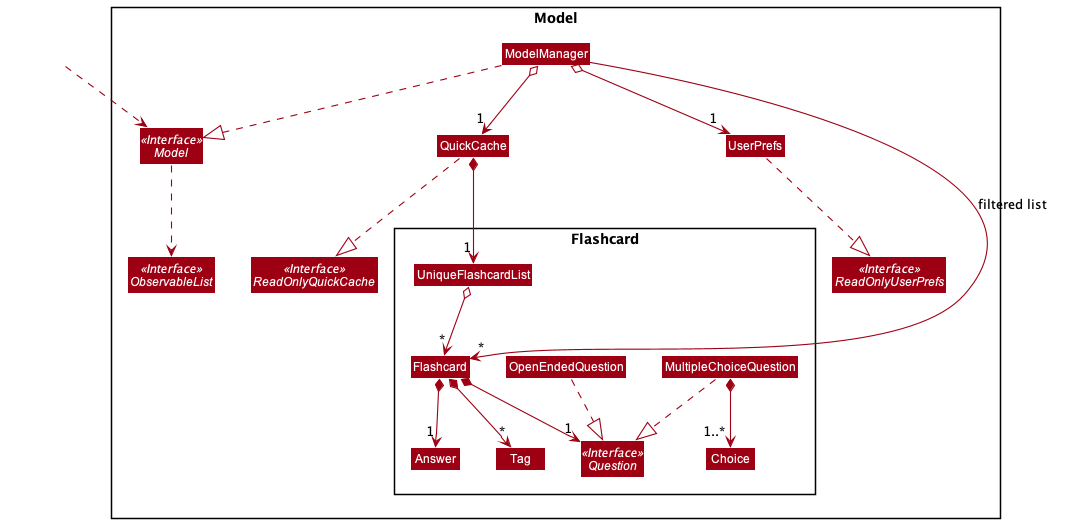
Earlier version of the PlantUML export docs/images/ModelClassDiagram.png (nus-cs2103-AY2021S1/tp).
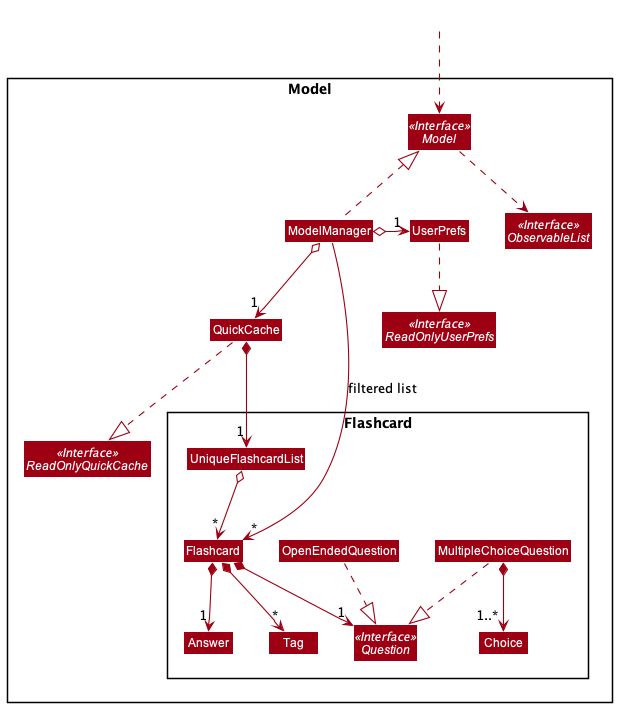
Later version of the same file.

Commit message:
Update ModelClassDiagram Fix the positioning of the classes to make it look more organised.

What changed in the source:
```diff
@@ -41,8 +41,8 @@
 
 
 ModelManager o--> "1" QuickCache
-ModelManager -[dashed]-|> Model
-ModelManager o--> "1" UserPrefs
+ModelManager -[dashed]up-|> Model
+ModelManager o-right-> "1" UserPrefs
 ModelManager --> "*" Flashcard : filtered list
 UserPrefs -[dashed]-|> ReadOnlyUserPrefs
 Model -[dashed]-> ObservableList
```
